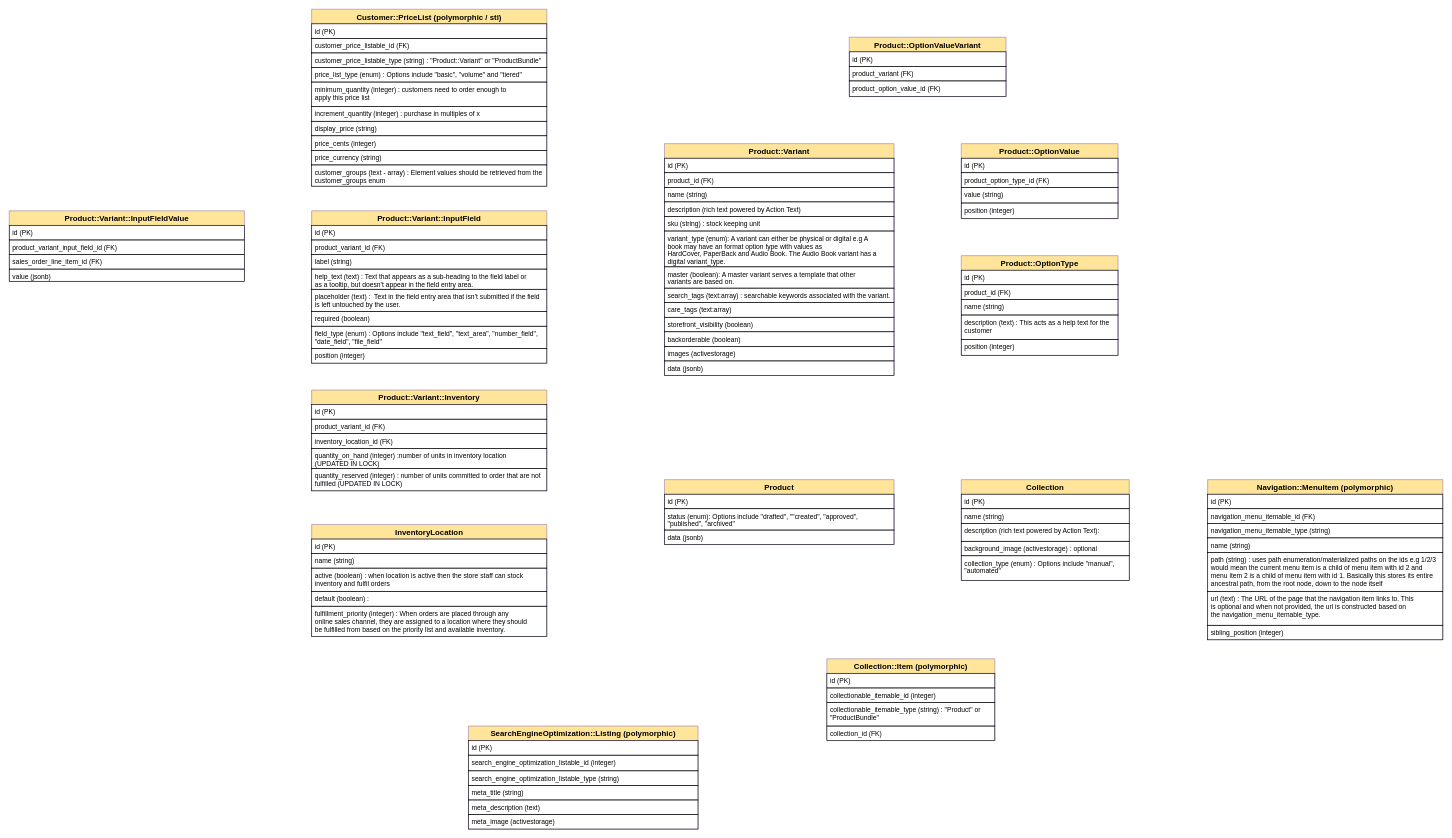
The draw.io diagram soko-erd.drawio in philip-maina/soko, before the edit. Source tidied: cells renumbered, new cells numbered last; positions are measured from the earlier drawing's top-left corner, leaving out a move shared by most shapes. Both pictures are drawn from the tidied source at 56%, with x=0, y=0 at pixel (9, 9).
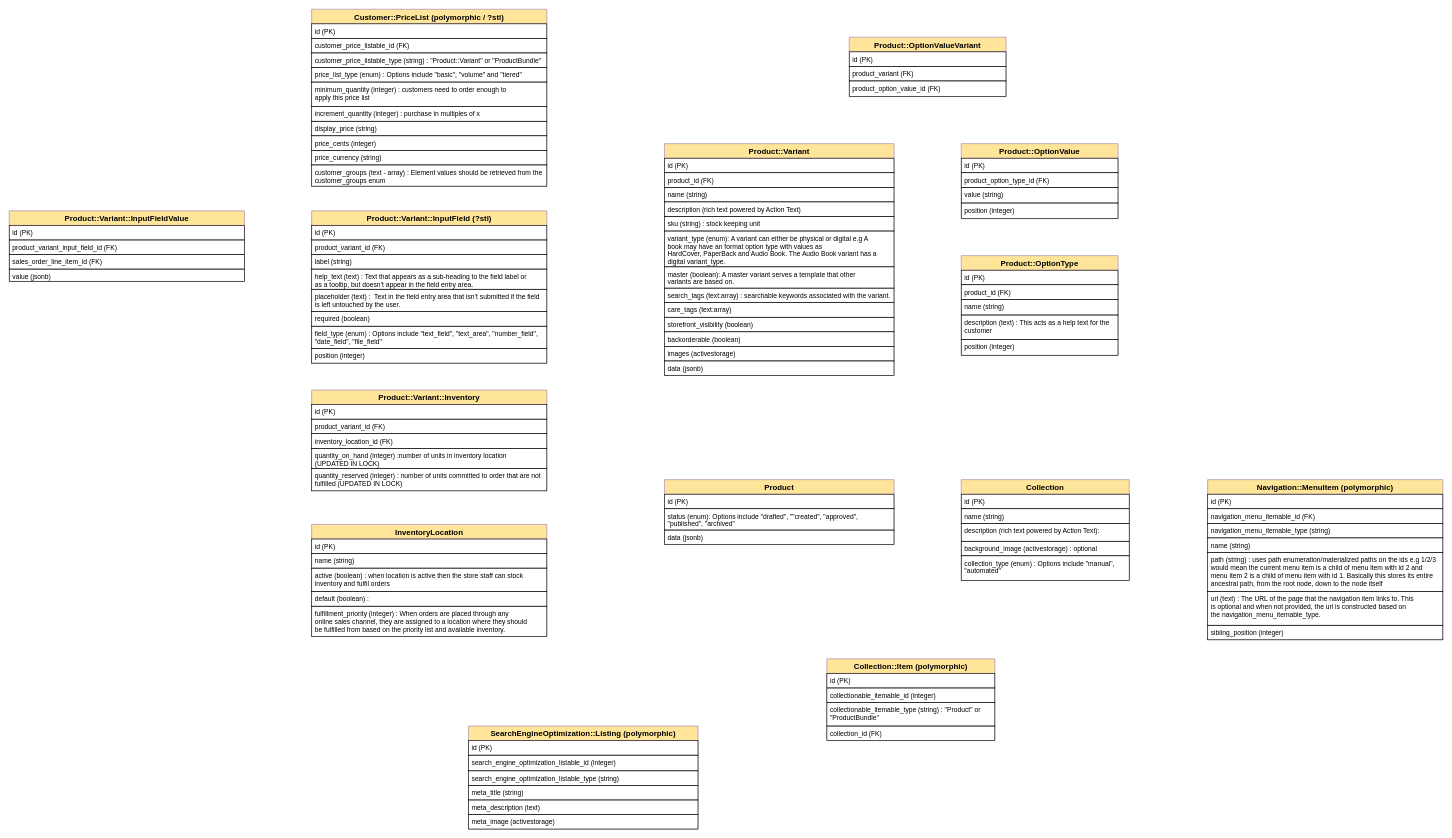
After the change.

Commit message:
chore (domain modelling): The Product/Variant/InputField could potentially be a single table inheritance.

What changed in the source:
```diff
@@
-    <mxCell id="55" value="Customer::PriceList (polymorphic / sti)" style="swimlane;fontStyle=1;horizontal=1;startSize=26;align=center;fontSize=14;strokeColor=#9673a6;fillColor=#FFE599;" parent="1" vertex="1">
+    <mxCell id="55" value="Customer::PriceList (polymorphic / ?sti)" style="swimlane;fontStyle=1;horizontal=1;startSize=26;align=center;fontSize=14;strokeColor=#9673a6;fillColor=#FFE599;" parent="1" vertex="1">
       <mxGeometry x="540" width="420" height="316" as="geometry" />
     </mxCell>
@@
-    <mxCell id="66" value="Product::Variant::InputField" style="swimlane;fontStyle=1;horizontal=1;startSize=26;align=center;fontSize=14;strokeColor=#9673a6;fillColor=#FFE599;" parent="1" vertex="1">
+    <mxCell id="66" value="Product::Variant::InputField (?sti)" style="swimlane;fontStyle=1;horizontal=1;startSize=26;align=center;fontSize=14;strokeColor=#9673a6;fillColor=#FFE599;" parent="1" vertex="1">
       <mxGeometry x="540" y="360" width="420" height="272" as="geometry" />
     </mxCell>
```
